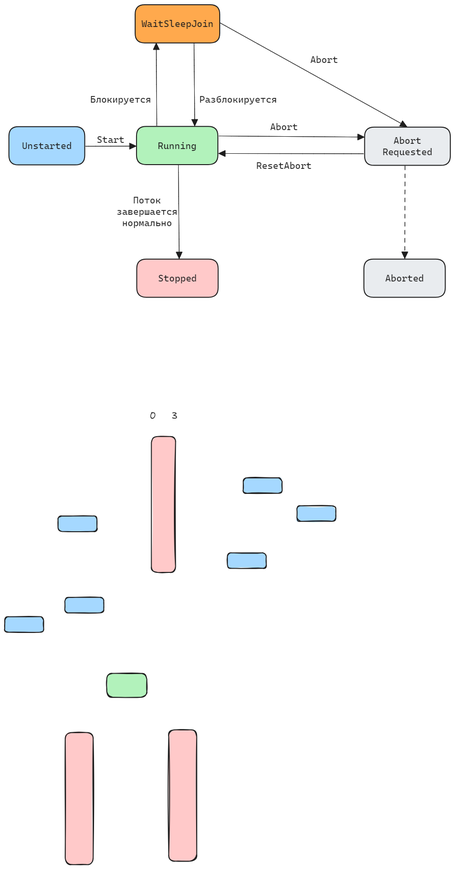
The Excalidraw diagram img/thread_states.excalidraw.png in silvercodes/p31_sp, before a commit. Source tidied: one line per element, renumbered; positions are measured from the earlier drawing's top-left corner, leaving out a move shared by most shapes. Source of this version:
```json
{"id": 0, "type": "rectangle", "strokeColor": "#1e1e1e", "backgroundColor": "#a5d8ff", "fillStyle": "solid", "strokeWidth": 2, "roughness": 0, "round": true, "x": 9, "y": 258, "width": 160, "height": 81}
{"id": 1, "type": "text", "text": "Unstarted", "strokeColor": "#1e1e1e", "backgroundColor": "#a5d8ff", "fillStyle": "solid", "strokeWidth": 2, "roughness": 0, "fontSize": 20, "fontFamily": 3, "textAlign": "center", "verticalAlign": "middle", "inside": 0, "x": 46, "y": 286, "width": 87, "height": 24}
{"id": 2, "type": "rectangle", "strokeColor": "#1e1e1e", "backgroundColor": "#b2f2bb", "fillStyle": "solid", "strokeWidth": 2, "roughness": 0, "round": true, "x": 279, "y": 257, "width": 172, "height": 81}
{"id": 3, "type": "text", "text": "Running", "strokeColor": "#1e1e1e", "backgroundColor": "#a5d8ff", "fillStyle": "solid", "strokeWidth": 2, "roughness": 0, "fontSize": 20, "fontFamily": 3, "textAlign": "center", "verticalAlign": "middle", "inside": 2, "x": 328, "y": 286, "width": 74, "height": 24}
{"id": 4, "type": "arrow", "strokeColor": "#1e1e1e", "backgroundColor": "#a5d8ff", "fillStyle": "solid", "strokeWidth": 1, "roughness": 0, "endArrowhead": "triangle", "round": true, "from": 0, "to": 2, "x": 171, "y": 299, "width": 107, "height": 0, "points": [[0, 0], [107, 0]]}
{"id": 5, "type": "text", "text": "Start", "strokeColor": "#1e1e1e", "backgroundColor": "#a5d8ff", "fillStyle": "solid", "strokeWidth": 2, "roughness": 0, "fontSize": 20, "fontFamily": 3, "x": 195, "y": 273, "width": 59, "height": 24}
{"id": 6, "type": "rectangle", "strokeColor": "#1e1e1e", "backgroundColor": "#ffa94d", "fillStyle": "solid", "strokeWidth": 2, "roughness": 0, "round": true, "x": 276, "y": 0, "width": 179, "height": 81}
{"id": 7, "type": "text", "text": "WaitSleepJoin", "strokeColor": "#1e1e1e", "backgroundColor": "#a5d8ff", "fillStyle": "solid", "strokeWidth": 2, "roughness": 0, "fontSize": 20, "fontFamily": 3, "textAlign": "center", "verticalAlign": "middle", "inside": 6, "x": 289, "y": 28, "width": 152, "height": 24}
{"id": 8, "type": "arrow", "strokeColor": "#1e1e1e", "backgroundColor": "#b2f2bb", "fillStyle": "solid", "strokeWidth": 1, "roughness": 0, "endArrowhead": "triangle", "round": true, "from": 2, "to": 6, "x": 322, "y": 256, "width": 1, "height": 175, "points": [[0, 0], [-1, -175]]}
{"id": 9, "type": "arrow", "strokeColor": "#1e1e1e", "backgroundColor": "#b2f2bb", "fillStyle": "solid", "strokeWidth": 1, "roughness": 0, "endArrowhead": "triangle", "round": true, "from": 6, "to": 2, "x": 401, "y": 81, "width": 2, "height": 175, "points": [[0, 0], [2, 175]]}
{"id": 10, "type": "text", "text": "Блокируется", "strokeColor": "#1e1e1e", "backgroundColor": "#ffa94d", "fillStyle": "solid", "strokeWidth": 1, "roughness": 0, "fontSize": 20, "fontFamily": 3, "x": 181, "y": 188, "width": 129, "height": 24}
{"id": 11, "type": "text", "text": "Разблокируется", "strokeColor": "#1e1e1e", "backgroundColor": "#ffa94d", "fillStyle": "solid", "strokeWidth": 1, "roughness": 0, "fontSize": 20, "fontFamily": 3, "x": 412, "y": 188, "width": 164, "height": 24}
{"id": 12, "type": "rectangle", "strokeColor": "#1e1e1e", "backgroundColor": "#ffc9c9", "fillStyle": "solid", "strokeWidth": 2, "roughness": 0, "round": true, "x": 279, "y": 538, "width": 172, "height": 81}
{"id": 13, "type": "text", "text": "Stopped", "strokeColor": "#1e1e1e", "backgroundColor": "#a5d8ff", "fillStyle": "solid", "strokeWidth": 2, "roughness": 0, "fontSize": 20, "fontFamily": 3, "textAlign": "center", "verticalAlign": "middle", "inside": 12, "x": 329, "y": 566, "width": 74, "height": 24}
{"id": 14, "type": "arrow", "strokeColor": "#1e1e1e", "backgroundColor": "#ffc9c9", "fillStyle": "solid", "strokeWidth": 1, "roughness": 0, "endArrowhead": "triangle", "round": true, "from": 2, "to": 12, "x": 368, "y": 338, "width": 2, "height": 198, "points": [[0, 0], [2, 198]]}
{"id": 15, "type": "text", "text": "Поток\nзавершается\nнормально", "strokeColor": "#1e1e1e", "backgroundColor": "#ffc9c9", "fillStyle": "solid", "strokeWidth": 1, "roughness": 0, "fontSize": 20, "fontFamily": 3, "textAlign": "center", "x": 237, "y": 401, "width": 129, "height": 72}
{"id": 16, "type": "rectangle", "strokeColor": "#1e1e1e", "backgroundColor": "#e9ecef", "fillStyle": "solid", "strokeWidth": 2, "roughness": 0, "round": true, "x": 762, "y": 259, "width": 181, "height": 81}
{"id": 17, "type": "text", "text": "Abort\nRequested", "strokeColor": "#1e1e1e", "backgroundColor": "#a5d8ff", "fillStyle": "solid", "strokeWidth": 2, "roughness": 0, "fontSize": 20, "fontFamily": 3, "textAlign": "center", "verticalAlign": "middle", "inside": 16, "x": 800, "y": 275, "width": 105, "height": 48}
{"id": 18, "type": "arrow", "strokeColor": "#1e1e1e", "backgroundColor": "#e9ecef", "fillStyle": "solid", "strokeWidth": 1, "roughness": 0, "endArrowhead": "triangle", "round": true, "from": 6, "to": 16, "x": 456, "y": 38, "width": 395, "height": 219, "points": [[0, 0], [395, 219]]}
{"id": 19, "type": "text", "text": "Abort", "strokeColor": "#1e1e1e", "backgroundColor": "#e9ecef", "fillStyle": "solid", "strokeWidth": 1, "roughness": 0, "fontSize": 20, "fontFamily": 3, "textAlign": "center", "x": 647, "y": 104, "width": 59, "height": 24}
{"id": 20, "type": "arrow", "strokeColor": "#1e1e1e", "backgroundColor": "#e9ecef", "fillStyle": "solid", "strokeWidth": 1, "roughness": 0, "endArrowhead": "triangle", "round": true, "from": 2, "to": 16, "x": 453, "y": 277, "width": 307, "height": 2, "points": [[0, 0], [307, 2]]}
{"id": 21, "type": "text", "text": "Abort", "strokeColor": "#1e1e1e", "backgroundColor": "#e9ecef", "fillStyle": "solid", "strokeWidth": 1, "roughness": 0, "fontSize": 20, "fontFamily": 3, "textAlign": "center", "x": 562, "y": 246, "width": 59, "height": 24}
{"id": 22, "type": "arrow", "strokeColor": "#1e1e1e", "backgroundColor": "#e9ecef", "fillStyle": "solid", "strokeWidth": 1, "roughness": 0, "endArrowhead": "triangle", "round": true, "from": 16, "to": 2, "x": 759, "y": 315, "width": 306, "height": 1, "points": [[0, 0], [-306, -1]]}
{"id": 23, "type": "text", "text": "ResetAbort", "strokeColor": "#1e1e1e", "backgroundColor": "#e9ecef", "fillStyle": "solid", "strokeWidth": 1, "roughness": 0, "fontSize": 20, "fontFamily": 3, "textAlign": "center", "x": 532, "y": 328, "width": 117, "height": 24}
{"id": 24, "type": "rectangle", "strokeColor": "#1e1e1e", "backgroundColor": "#e9ecef", "fillStyle": "solid", "strokeWidth": 2, "roughness": 0, "round": true, "x": 760, "y": 538, "width": 172, "height": 81}
{"id": 25, "type": "text", "text": "Aborted", "strokeColor": "#1e1e1e", "backgroundColor": "#a5d8ff", "fillStyle": "solid", "strokeWidth": 2, "roughness": 0, "fontSize": 20, "fontFamily": 3, "textAlign": "center", "verticalAlign": "middle", "inside": 24, "x": 810, "y": 566, "width": 73, "height": 24}
{"id": 26, "type": "arrow", "strokeColor": "#1e1e1e", "backgroundColor": "#e9ecef", "fillStyle": "solid", "strokeWidth": 1, "strokeStyle": "dashed", "roughness": 0, "endArrowhead": "triangle", "round": true, "from": 16, "to": 24, "x": 847, "y": 341, "width": 1, "height": 195, "points": [[0, 0], [-1, 195]]}
{"id": 27, "type": "rectangle", "strokeColor": "#1e1e1e", "backgroundColor": "#ffc9c9", "fillStyle": "solid", "strokeWidth": 2, "roughness": 1, "round": true, "x": 310, "y": 913, "width": 51, "height": 287}
{"id": 28, "type": "text", "text": "3", "strokeColor": "#1e1e1e", "strokeWidth": 2, "roughness": 1, "fontSize": 20, "fontFamily": 5, "x": 354, "y": 857, "width": 12, "height": 25}
{"id": 29, "type": "text", "text": "0", "strokeColor": "#1e1e1e", "strokeWidth": 2, "roughness": 1, "fontSize": 20, "fontFamily": 5, "x": 307, "y": 857, "width": 13, "height": 25}
{"id": 30, "type": "rectangle", "strokeColor": "#1e1e1e", "backgroundColor": "#a5d8ff", "fillStyle": "solid", "strokeWidth": 2, "roughness": 1, "round": true, "x": 505, "y": 1000, "width": 82, "height": 33}
{"id": 31, "type": "rectangle", "strokeColor": "#1e1e1e", "backgroundColor": "#a5d8ff", "fillStyle": "solid", "strokeWidth": 2, "roughness": 1, "round": true, "x": 471, "y": 1158, "width": 82, "height": 33}
{"id": 32, "type": "rectangle", "strokeColor": "#1e1e1e", "backgroundColor": "#a5d8ff", "fillStyle": "solid", "strokeWidth": 2, "roughness": 1, "round": true, "x": 0, "y": 1294, "width": 82, "height": 33}
{"id": 33, "type": "rectangle", "strokeColor": "#1e1e1e", "backgroundColor": "#a5d8ff", "fillStyle": "solid", "strokeWidth": 2, "roughness": 1, "round": true, "x": 127, "y": 1253, "width": 82, "height": 33}
{"id": 34, "type": "rectangle", "strokeColor": "#1e1e1e", "backgroundColor": "#a5d8ff", "fillStyle": "solid", "strokeWidth": 2, "roughness": 1, "round": true, "x": 618, "y": 1059, "width": 82, "height": 33}
{"id": 35, "type": "rectangle", "strokeColor": "#1e1e1e", "backgroundColor": "#a5d8ff", "fillStyle": "solid", "strokeWidth": 2, "roughness": 1, "round": true, "x": 113, "y": 1081, "width": 82, "height": 33}
{"id": 36, "type": "rectangle", "strokeColor": "#1e1e1e", "backgroundColor": "#ffc9c9", "fillStyle": "solid", "strokeWidth": 2, "roughness": 1, "round": true, "x": 128, "y": 1538, "width": 59, "height": 279}
{"id": 37, "type": "rectangle", "strokeColor": "#1e1e1e", "backgroundColor": "#ffc9c9", "fillStyle": "solid", "strokeWidth": 2, "roughness": 1, "round": true, "x": 347, "y": 1533, "width": 59, "height": 278}
{"id": 38, "type": "rectangle", "strokeColor": "#1e1e1e", "backgroundColor": "#b2f2bb", "fillStyle": "solid", "strokeWidth": 2, "roughness": 1, "round": true, "x": 216, "y": 1414, "width": 85, "height": 50}
```
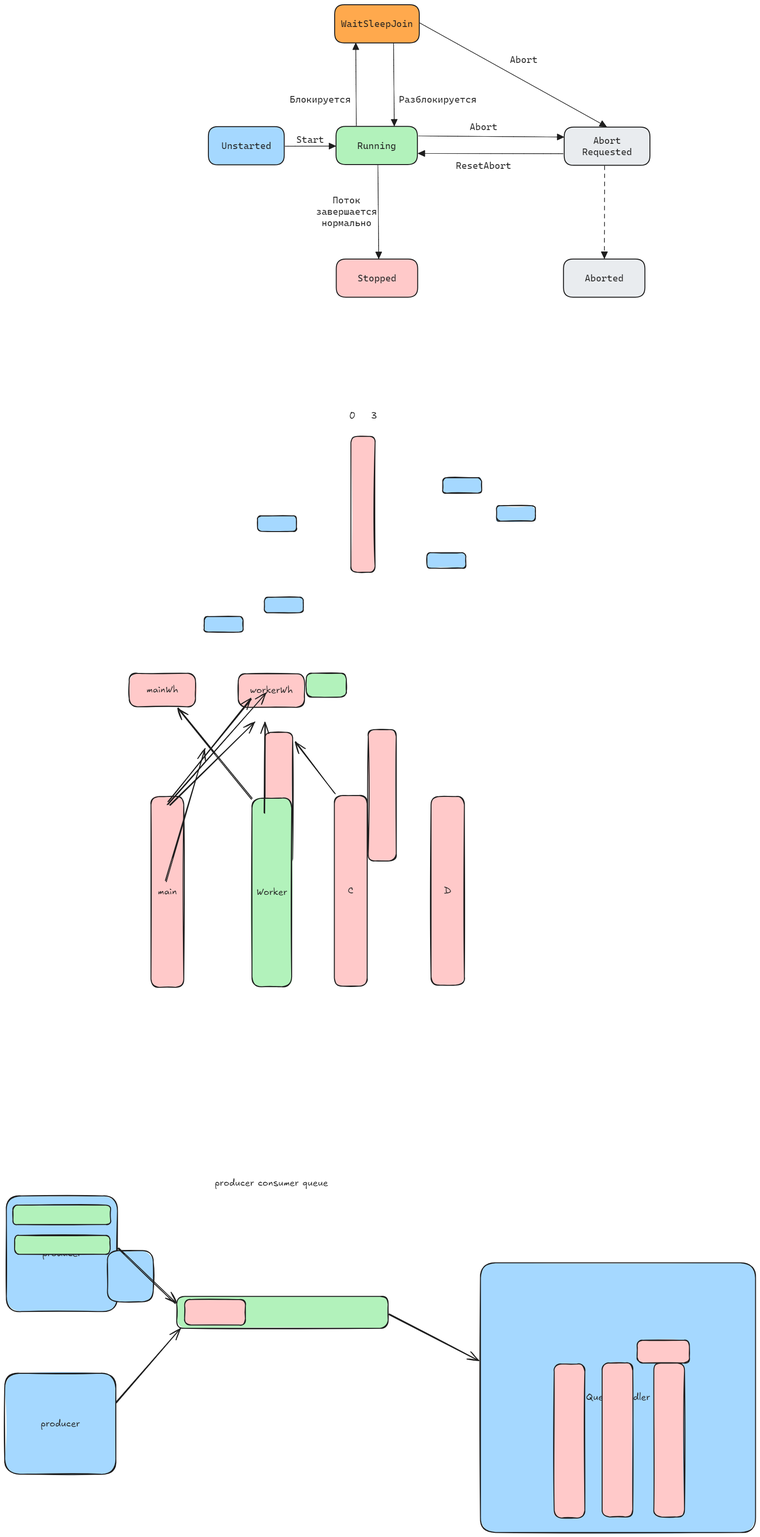
The same file after the commit.

Commit message:
add: prod_cons_queue

Change to the diagram source:
```diff
@@ -25,15 +25,34 @@
 {"id": 24, "type": "rectangle", "strokeColor": "#1e1e1e", "backgroundColor": "#e9ecef", "fillStyle": "solid", "strokeWidth": 2, "roughness": 0, "round": true, "x": 760, "y": 538, "width": 172, "height": 81}
 {"id": 25, "type": "text", "text": "Aborted", "strokeColor": "#1e1e1e", "backgroundColor": "#a5d8ff", "fillStyle": "solid", "strokeWidth": 2, "roughness": 0, "fontSize": 20, "fontFamily": 3, "textAlign": "center", "verticalAlign": "middle", "inside": 24, "x": 810, "y": 566, "width": 73, "height": 24}
 {"id": 26, "type": "arrow", "strokeColor": "#1e1e1e", "backgroundColor": "#e9ecef", "fillStyle": "solid", "strokeWidth": 1, "strokeStyle": "dashed", "roughness": 0, "endArrowhead": "triangle", "round": true, "from": 16, "to": 24, "x": 847, "y": 341, "width": 1, "height": 195, "points": [[0, 0], [-1, 195]]}
-{"id": 27, "type": "rectangle", "strokeColor": "#1e1e1e", "backgroundColor": "#ffc9c9", "fillStyle": "solid", "strokeWidth": 2, "roughness": 1, "round": true, "x": 310, "y": 913, "width": 51, "height": 287}
-{"id": 28, "type": "text", "text": "3", "strokeColor": "#1e1e1e", "strokeWidth": 2, "roughness": 1, "fontSize": 20, "fontFamily": 5, "x": 354, "y": 857, "width": 12, "height": 25}
-{"id": 29, "type": "text", "text": "0", "strokeColor": "#1e1e1e", "strokeWidth": 2, "roughness": 1, "fontSize": 20, "fontFamily": 5, "x": 307, "y": 857, "width": 13, "height": 25}
-{"id": 30, "type": "rectangle", "strokeColor": "#1e1e1e", "backgroundColor": "#a5d8ff", "fillStyle": "solid", "strokeWidth": 2, "roughness": 1, "round": true, "x": 505, "y": 1000, "width": 82, "height": 33}
-{"id": 31, "type": "rectangle", "strokeColor": "#1e1e1e", "backgroundColor": "#a5d8ff", "fillStyle": "solid", "strokeWidth": 2, "roughness": 1, "round": true, "x": 471, "y": 1158, "width": 82, "height": 33}
-{"id": 32, "type": "rectangle", "strokeColor": "#1e1e1e", "backgroundColor": "#a5d8ff", "fillStyle": "solid", "strokeWidth": 2, "roughness": 1, "round": true, "x": 0, "y": 1294, "width": 82, "height": 33}
-{"id": 33, "type": "rectangle", "strokeColor": "#1e1e1e", "backgroundColor": "#a5d8ff", "fillStyle": "solid", "strokeWidth": 2, "roughness": 1, "round": true, "x": 127, "y": 1253, "width": 82, "height": 33}
-{"id": 34, "type": "rectangle", "strokeColor": "#1e1e1e", "backgroundColor": "#a5d8ff", "fillStyle": "solid", "strokeWidth": 2, "roughness": 1, "round": true, "x": 618, "y": 1059, "width": 82, "height": 33}
-{"id": 35, "type": "rectangle", "strokeColor": "#1e1e1e", "backgroundColor": "#a5d8ff", "fillStyle": "solid", "strokeWidth": 2, "roughness": 1, "round": true, "x": 113, "y": 1081, "width": 82, "height": 33}
-{"id": 36, "type": "rectangle", "strokeColor": "#1e1e1e", "backgroundColor": "#ffc9c9", "fillStyle": "solid", "strokeWidth": 2, "roughness": 1, "round": true, "x": 128, "y": 1538, "width": 59, "height": 279}
-{"id": 37, "type": "rectangle", "strokeColor": "#1e1e1e", "backgroundColor": "#ffc9c9", "fillStyle": "solid", "strokeWidth": 2, "roughness": 1, "round": true, "x": 347, "y": 1533, "width": 59, "height": 278}
-{"id": 38, "type": "rectangle", "strokeColor": "#1e1e1e", "backgroundColor": "#b2f2bb", "fillStyle": "solid", "strokeWidth": 2, "roughness": 1, "round": true, "x": 216, "y": 1414, "width": 85, "height": 50}
+{"id": 39, "type": "rectangle", "strokeColor": "#1e1e1e", "backgroundColor": "#ffc9c9", "fillStyle": "solid", "strokeWidth": 2, "roughness": 1, "round": true, "x": -113, "y": 1674, "width": 69, "height": 403}
+{"id": 40, "type": "text", "text": "main", "strokeColor": "#1e1e1e", "backgroundColor": "#b2f2bb", "fillStyle": "solid", "strokeWidth": 2, "roughness": 1, "fontSize": 20, "fontFamily": 5, "textAlign": "center", "verticalAlign": "middle", "inside": 39, "x": -98, "y": 1863, "width": 40, "height": 25}
+{"id": 41, "type": "rectangle", "strokeColor": "#1e1e1e", "backgroundColor": "#b2f2bb", "fillStyle": "solid", "strokeWidth": 2, "roughness": 1, "round": true, "x": 101, "y": 1678, "width": 84, "height": 399}
+{"id": 42, "type": "text", "text": "Worker", "strokeColor": "#1e1e1e", "backgroundColor": "#b2f2bb", "fillStyle": "solid", "strokeWidth": 2, "roughness": 1, "fontSize": 20, "fontFamily": 5, "textAlign": "center", "verticalAlign": "middle", "inside": 41, "x": 111, "y": 1865, "width": 65, "height": 25}
+{"id": 43, "type": "rectangle", "strokeColor": "#1e1e1e", "backgroundColor": "#ffc9c9", "fillStyle": "solid", "strokeWidth": 2, "roughness": 1, "round": true, "x": 72, "y": 1415, "width": 140, "height": 71}
+{"id": 44, "type": "text", "text": "workerWh", "strokeColor": "#1e1e1e", "backgroundColor": "#ffc9c9", "fillStyle": "solid", "strokeWidth": 2, "roughness": 1, "fontSize": 20, "fontFamily": 5, "textAlign": "center", "verticalAlign": "middle", "inside": 43, "x": 97, "y": 1438, "width": 91, "height": 25}
+{"id": 45, "type": "rectangle", "strokeColor": "#1e1e1e", "backgroundColor": "#ffc9c9", "fillStyle": "solid", "strokeWidth": 2, "roughness": 1, "round": true, "x": -159, "y": 1414, "width": 140, "height": 71}
+{"id": 46, "type": "text", "text": "mainWh", "strokeColor": "#1e1e1e", "backgroundColor": "#ffc9c9", "fillStyle": "solid", "strokeWidth": 2, "roughness": 1, "fontSize": 20, "fontFamily": 5, "textAlign": "center", "verticalAlign": "middle", "inside": 45, "x": -122, "y": 1437, "width": 67, "height": 25}
+{"id": 47, "type": "arrow", "strokeColor": "#1e1e1e", "backgroundColor": "#b2f2bb", "fillStyle": "solid", "strokeWidth": 2, "roughness": 1, "endArrowhead": "arrow", "round": true, "from": 41, "to": 45, "x": 101, "y": 1679, "width": 157, "height": 191, "points": [[0, 0], [-157, -191]]}
+{"id": 48, "type": "arrow", "strokeColor": "#1e1e1e", "backgroundColor": "#b2f2bb", "fillStyle": "solid", "strokeWidth": 2, "roughness": 1, "endArrowhead": "arrow", "round": true, "from": 39, "to": 43, "x": -78, "y": 1690, "width": 210, "height": 234, "points": [[0, 0], [210, -234]]}
+{"id": 49, "type": "text", "text": "producer consumer queue", "strokeColor": "#1e1e1e", "backgroundColor": "#b2f2bb", "fillStyle": "solid", "strokeWidth": 2, "roughness": 1, "fontSize": 20, "fontFamily": 5, "x": 22, "y": 2479, "width": 240, "height": 25}
+{"id": 50, "type": "rectangle", "strokeColor": "#1e1e1e", "backgroundColor": "#b2f2bb", "fillStyle": "solid", "strokeWidth": 2, "roughness": 1, "round": true, "x": -58, "y": 2731, "width": 447, "height": 67}
+{"id": 51, "type": "rectangle", "strokeColor": "#1e1e1e", "backgroundColor": "#ffc9c9", "fillStyle": "solid", "strokeWidth": 2, "roughness": 1, "round": true, "x": 932, "y": 3023, "width": 112, "height": 45}
+{"id": 52, "type": "rectangle", "strokeColor": "#1e1e1e", "backgroundColor": "#ffc9c9", "fillStyle": "solid", "strokeWidth": 2, "roughness": 1, "round": true, "x": 822, "y": 2930, "width": 112, "height": 45}
+{"id": 53, "type": "rectangle", "strokeColor": "#1e1e1e", "backgroundColor": "#ffc9c9", "fillStyle": "solid", "strokeWidth": 2, "roughness": 1, "round": true, "x": 695, "y": 2958, "width": 112, "height": 45}
+{"id": 54, "type": "rectangle", "strokeColor": "#1e1e1e", "backgroundColor": "#a5d8ff", "fillStyle": "solid", "strokeWidth": 2, "roughness": 1, "round": true, "x": -419, "y": 2519, "width": 235, "height": 245}
+{"id": 55, "type": "text", "text": "producer", "strokeColor": "#1e1e1e", "backgroundColor": "#a5d8ff", "fillStyle": "solid", "strokeWidth": 2, "roughness": 1, "fontSize": 20, "fontFamily": 5, "textAlign": "center", "verticalAlign": "middle", "inside": 54, "x": -343, "y": 2629, "width": 83, "height": 25}
+{"id": 56, "type": "rectangle", "strokeColor": "#1e1e1e", "backgroundColor": "#a5d8ff", "fillStyle": "solid", "strokeWidth": 2, "roughness": 1, "round": true, "x": -422, "y": 2894, "width": 235, "height": 214}
+{"id": 57, "type": "text", "text": "producer", "strokeColor": "#1e1e1e", "backgroundColor": "#a5d8ff", "fillStyle": "solid", "strokeWidth": 2, "roughness": 1, "fontSize": 20, "fontFamily": 5, "textAlign": "center", "verticalAlign": "middle", "inside": 56, "x": -346, "y": 2988, "width": 83, "height": 25}
+{"id": 58, "type": "arrow", "strokeColor": "#1e1e1e", "backgroundColor": "#a5d8ff", "fillStyle": "solid", "strokeWidth": 2, "roughness": 1, "endArrowhead": "arrow", "round": true, "from": 54, "to": 50, "x": -183, "y": 2629, "width": 122, "height": 117, "points": [[0, 0], [122, 117]]}
+{"id": 59, "type": "arrow", "strokeColor": "#1e1e1e", "backgroundColor": "#a5d8ff", "fillStyle": "solid", "strokeWidth": 2, "roughness": 1, "endArrowhead": "arrow", "round": true, "from": 56, "to": 50, "x": -186, "y": 2957, "width": 135, "height": 157, "points": [[0, 0], [135, -157]]}
+{"id": 60, "type": "rectangle", "strokeColor": "#1e1e1e", "backgroundColor": "#a5d8ff", "fillStyle": "solid", "strokeWidth": 2, "roughness": 1, "round": true, "x": 585, "y": 2660, "width": 582, "height": 570}
+{"id": 61, "type": "text", "text": "Queue handler", "strokeColor": "#1e1e1e", "backgroundColor": "#a5d8ff", "fillStyle": "solid", "strokeWidth": 2, "roughness": 1, "fontSize": 20, "fontFamily": 5, "textAlign": "center", "verticalAlign": "middle", "inside": 60, "x": 808, "y": 2933, "width": 136, "height": 25}
+{"id": 62, "type": "arrow", "strokeColor": "#1e1e1e", "backgroundColor": "#a5d8ff", "fillStyle": "solid", "strokeWidth": 2, "roughness": 1, "endArrowhead": "arrow", "round": true, "from": 50, "to": 60, "x": 390, "y": 2770, "width": 189, "height": 97, "points": [[0, 0], [189, 97]]}
+{"id": 63, "type": "rectangle", "strokeColor": "#1e1e1e", "backgroundColor": "#ffc9c9", "fillStyle": "solid", "strokeWidth": 2, "roughness": 1, "round": true, "x": 741, "y": 2874, "width": 65, "height": 326}
+{"id": 64, "type": "rectangle", "strokeColor": "#1e1e1e", "backgroundColor": "#ffc9c9", "fillStyle": "solid", "strokeWidth": 2, "roughness": 1, "round": true, "x": 842, "y": 2872, "width": 65, "height": 326}
+{"id": 65, "type": "rectangle", "strokeColor": "#1e1e1e", "backgroundColor": "#ffc9c9", "fillStyle": "solid", "strokeWidth": 2, "roughness": 1, "round": true, "x": 951, "y": 2872, "width": 65, "height": 326}
+{"id": 66, "type": "rectangle", "strokeColor": "#1e1e1e", "backgroundColor": "#ffc9c9", "fillStyle": "solid", "strokeWidth": 2, "roughness": 1, "round": true, "x": 916, "y": 2824, "width": 111, "height": 48}
+{"id": 67, "type": "rectangle", "strokeColor": "#1e1e1e", "backgroundColor": "#b2f2bb", "fillStyle": "solid", "strokeWidth": 2, "roughness": 1, "round": true, "x": -405, "y": 2538, "width": 207, "height": 41}
+{"id": 68, "type": "rectangle", "strokeColor": "#1e1e1e", "backgroundColor": "#b2f2bb", "fillStyle": "solid", "strokeWidth": 2, "roughness": 1, "round": true, "x": -401, "y": 2602, "width": 202, "height": 40}
+{"id": 69, "type": "rectangle", "strokeColor": "#1e1e1e", "backgroundColor": "#ffc9c9", "fillStyle": "solid", "strokeWidth": 2, "roughness": 1, "round": true, "x": -41, "y": 2738, "width": 129, "height": 54}
```
